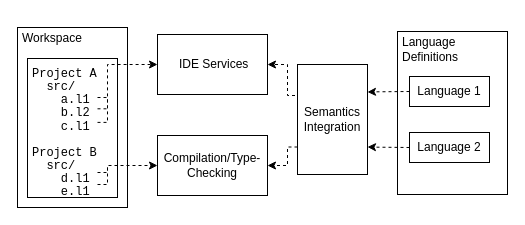
Above: page "EDE Vision" (11 of 12) of Spoofax3 Diagrams.drawio in AZWN/Spoofax-pie-diagrams (draw.io), before the change. Source tidied: cells renumbered, new cells numbered last; positions are measured from the earlier drawing's top-left corner, leaving out a move shared by most shapes. Both pictures are drawn from the tidied source at 100%, with x=0, y=0 at pixel (17, 27).
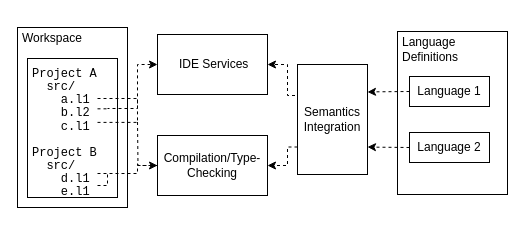
After the change.

Unchanged cells that the change refers to:
```xml
<mxCell id="9" value="&amp;nbsp;IDE Services" style="rounded=0;whiteSpace=wrap;html=1;strokeColor=#000000;" parent="1" vertex="1">
  <mxGeometry x="140" y="7" width="110" height="60" as="geometry" />
</mxCell>
<mxCell id="10" value="Compilation/Type-Checking" style="rounded=0;whiteSpace=wrap;html=1;strokeColor=#000000;" parent="1" vertex="1">
  <mxGeometry x="140" y="108" width="110" height="60" as="geometry" />
</mxCell>
```

Diff of the diagram source:
```diff
@@
     <mxCell id="14" style="endArrow=classic;html=1;dashed=1;entryX=0;entryY=0.5;entryDx=0;entryDy=0;edgeStyle=orthogonalEdgeStyle;rounded=0;" parent="1" edge="1" target="9">
       <mxGeometry relative="1" as="geometry">
         <mxPoint x="80" y="94.9" as="sourcePoint" />
         <Array as="points">
-          <mxPoint x="90" y="95" />
-          <mxPoint x="90" y="37" />
+          <mxPoint x="120" y="95" />
+          <mxPoint x="120" y="37" />
         </Array>
       </mxGeometry>
     </mxCell>
     <mxCell id="15" style="endArrow=none;dashed=1;html=1;edgeStyle=orthogonalEdgeStyle;rounded=0;" parent="1" edge="1">
       <mxGeometry relative="1" as="geometry">
-        <mxPoint x="80" y="70" as="sourcePoint" />
-        <mxPoint x="90" y="80" as="targetPoint" />
+        <mxPoint x="80" y="71" as="sourcePoint" />
+        <mxPoint x="90" y="81" as="targetPoint" />
+        <Array as="points">
+          <mxPoint x="120" y="71" />
+          <mxPoint x="120" y="81" />
+        </Array>
       </mxGeometry>
     </mxCell>
     <mxCell id="16" style="endArrow=classic;html=1;dashed=1;edgeStyle=orthogonalEdgeStyle;rounded=0;entryX=0;entryY=0.5;entryDx=0;entryDy=0;" parent="1" edge="1" target="10">
       <mxGeometry relative="1" as="geometry">
-        <mxPoint x="80" y="145" as="sourcePoint" />
+        <mxPoint x="120" y="138" as="sourcePoint" />
         <Array as="points">
-          <mxPoint x="90" y="145" />
-          <mxPoint x="90" y="138" />
+          <mxPoint x="120" y="138" />
         </Array>
       </mxGeometry>
     </mxCell>
     <mxCell id="17" style="endArrow=none;dashed=1;html=1;edgeStyle=orthogonalEdgeStyle;rounded=0;" parent="1" edge="1">
       <mxGeometry relative="1" as="geometry">
-        <mxPoint x="80" y="157" as="sourcePoint" />
-        <mxPoint x="90" y="140" as="targetPoint" />
+        <mxPoint x="80" y="158" as="sourcePoint" />
+        <mxPoint x="90" y="147" as="targetPoint" />
+        <Array as="points">
+          <mxPoint x="80" y="158" />
+          <mxPoint x="90" y="158" />
+        </Array>
       </mxGeometry>
     </mxCell>
@@
+    <mxCell id="19" style="endArrow=none;dashed=1;html=1;exitX=0;exitY=0.5;exitDx=0;exitDy=0;edgeStyle=orthogonalEdgeStyle;rounded=0;" parent="1" edge="1" source="10">
+      <mxGeometry relative="1" as="geometry">
+        <mxPoint x="120" y="93" as="targetPoint" />
+      </mxGeometry>
+    </mxCell>
+    <mxCell id="20" style="endArrow=none;dashed=1;html=1;rounded=0;edgeStyle=orthogonalEdgeStyle;" parent="1" edge="1">
+      <mxGeometry relative="1" as="geometry">
+        <mxPoint x="80" y="146" as="sourcePoint" />
+        <mxPoint x="120" y="136" as="targetPoint" />
+        <Array as="points">
+          <mxPoint x="80" y="146" />
+          <mxPoint x="120" y="146" />
+        </Array>
+      </mxGeometry>
+    </mxCell>
```
